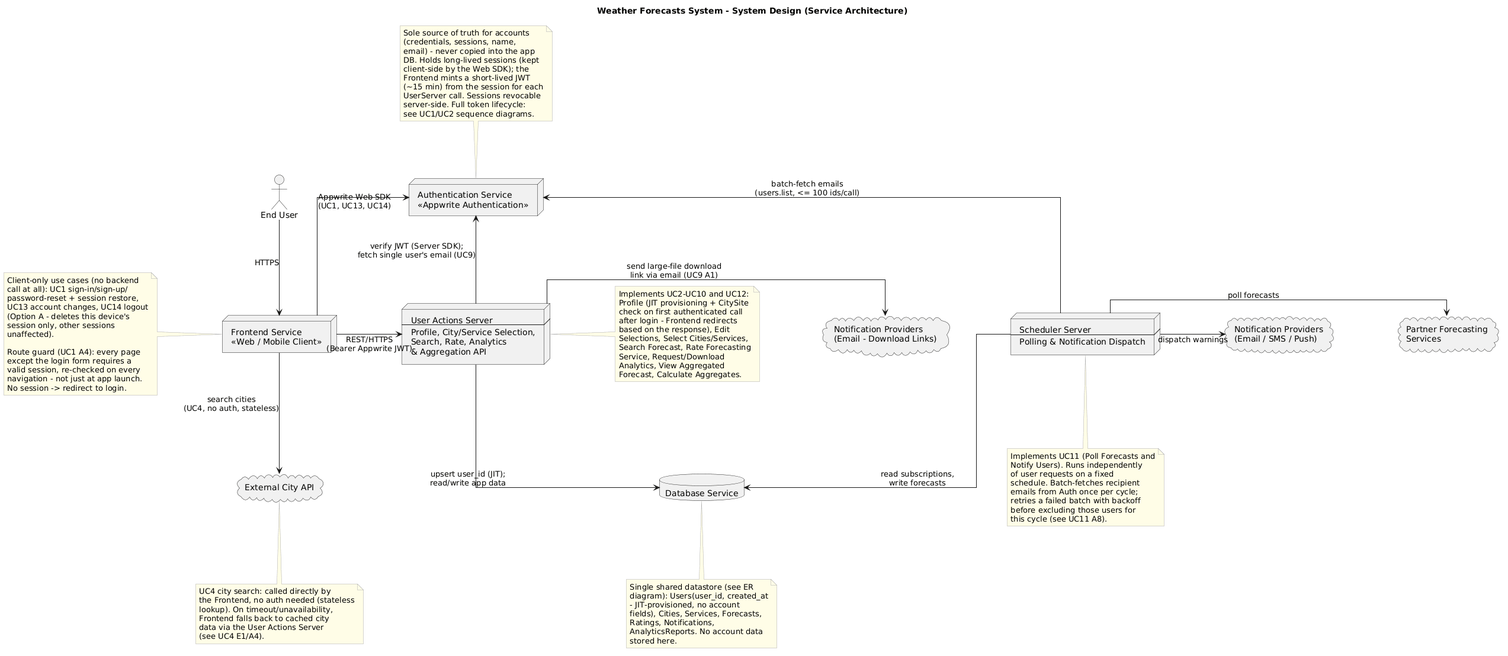
ManosMorf97/Weather-Forecasts-AI-Remastered keeps this PlantUML diagram as requirements/system_design/system_design.png. Above is the earlier version.
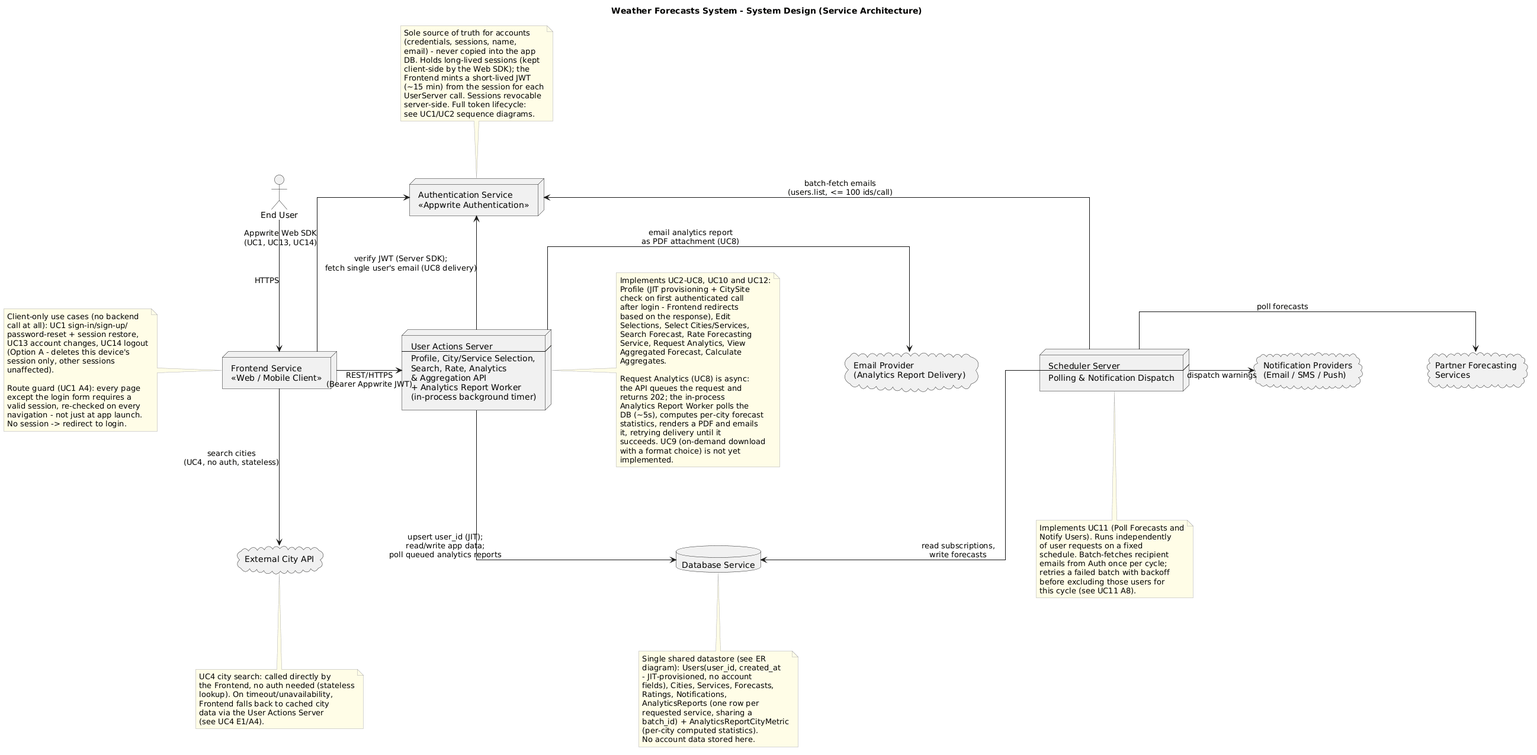
After the commit.

Change to the diagram source:
```diff
@@ -16,7 +16,7 @@
 
 node "Frontend Service\n<<Web / Mobile Client>>" as Frontend
 
-node "User Actions Server\n----\nProfile, City/Service Selection,\nSearch, Rate, Analytics\n& Aggregation API" as UserServer
+node "User Actions Server\n----\nProfile, City/Service Selection,\nSearch, Rate, Analytics\n& Aggregation API\n+ Analytics Report Worker\n(in-process background timer)" as UserServer
 
 database "Database Service" as DB
 
@@ -26,7 +26,7 @@
 
 cloud "Partner Forecasting\nServices" as PartnerAPIs
 
-cloud "Notification Providers\n(Email - Download Links)" as NotifyProvidersDL
+cloud "Email Provider\n(Analytics Report Delivery)" as AnalyticsEmail
 
 cloud "Notification Providers\n(Email / SMS / Push)" as NotifyProviders
 
@@ -36,9 +36,9 @@
 Frontend -right-> UserServer : REST/HTTPS\n(Bearer Appwrite JWT)
 Frontend -down-> CityAPI : search cities\n(UC4, no auth, stateless)
 
-UserServer -up-> Auth : verify JWT (Server SDK);\nfetch single user's email (UC9)
-UserServer -down-> DB : upsert user_id (JIT);\nread/write app data
-UserServer -right-> NotifyProvidersDL : send large-file download\nlink via email (UC9 A1)
+UserServer -up-> Auth : verify JWT (Server SDK);\nfetch single user's email (UC8 delivery)
+UserServer -down-> DB : upsert user_id (JIT);\nread/write app data;\npoll queued analytics reports
+UserServer -right-> AnalyticsEmail : email analytics report\nas PDF attachment (UC8)
 
 Scheduler -up-> Auth : batch-fetch emails\n(users.list, <= 100 ids/call)
 Scheduler -down-> DB : read subscriptions,\nwrite forecasts
@@ -84,16 +84,27 @@
 end note
 
 note right of UserServer
-  Implements UC2-UC10 and UC12:
+  Implements UC2-UC8, UC10 and UC12:
   Profile (JIT provisioning + CitySite
   check on first authenticated call
   after login - Frontend redirects
   based on the response), Edit
   Selections, Select Cities/Services,
   Search Forecast, Rate Forecasting
-  Service, Request/Download
-  Analytics, View Aggregated
-  Forecast, Calculate Aggregates.
+  Service, Request Analytics, View
+  Aggregated Forecast, Calculate
+  Aggregates.
+
+  Request Analytics (UC8) is async:
+  the API queues the request and
+  returns 202; the in-process
+  Analytics Report Worker polls the
+  DB (~5s), computes per-city forecast
+  statistics, renders a PDF and emails
+  it, retrying delivery until it
+  succeeds. UC9 (on-demand download
+  with a format choice) is not yet
+  implemented.
 end note
 
 note bottom of DB
@@ -102,8 +113,11 @@
   - JIT-provisioned, no account
   fields), Cities, Services, Forecasts,
   Ratings, Notifications,
-  AnalyticsReports. No account data
-  stored here.
+  AnalyticsReports (one row per
+  requested service, sharing a
+  batch_id) + AnalyticsReportCityMetric
+  (per-city computed statistics).
+  No account data stored here.
 end note
 
 note bottom of Scheduler
```
